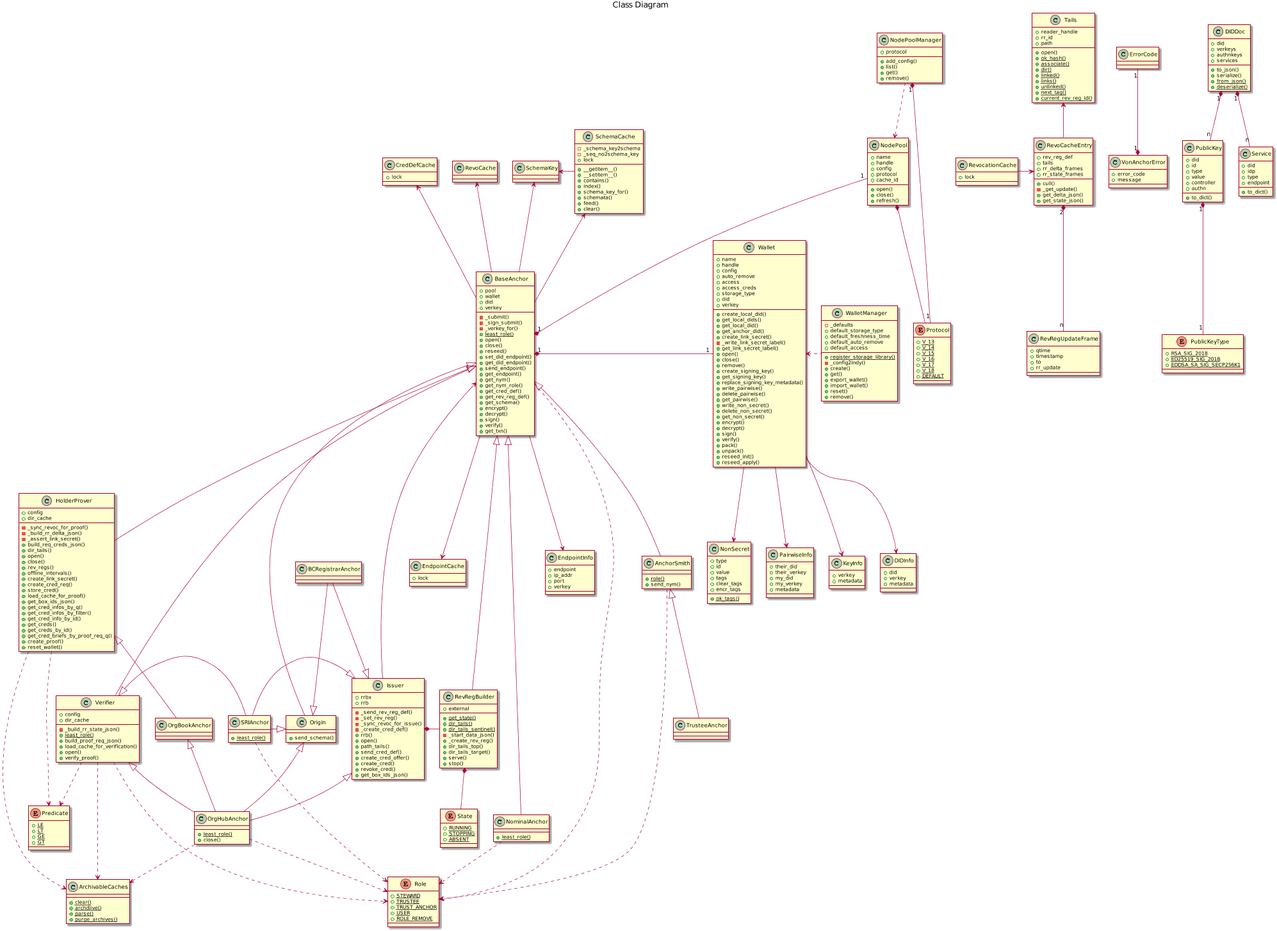
Above: docs/source/pic/class.png in PSPC-SPAC-buyandsell/von_anchor (PlantUML), before the change.
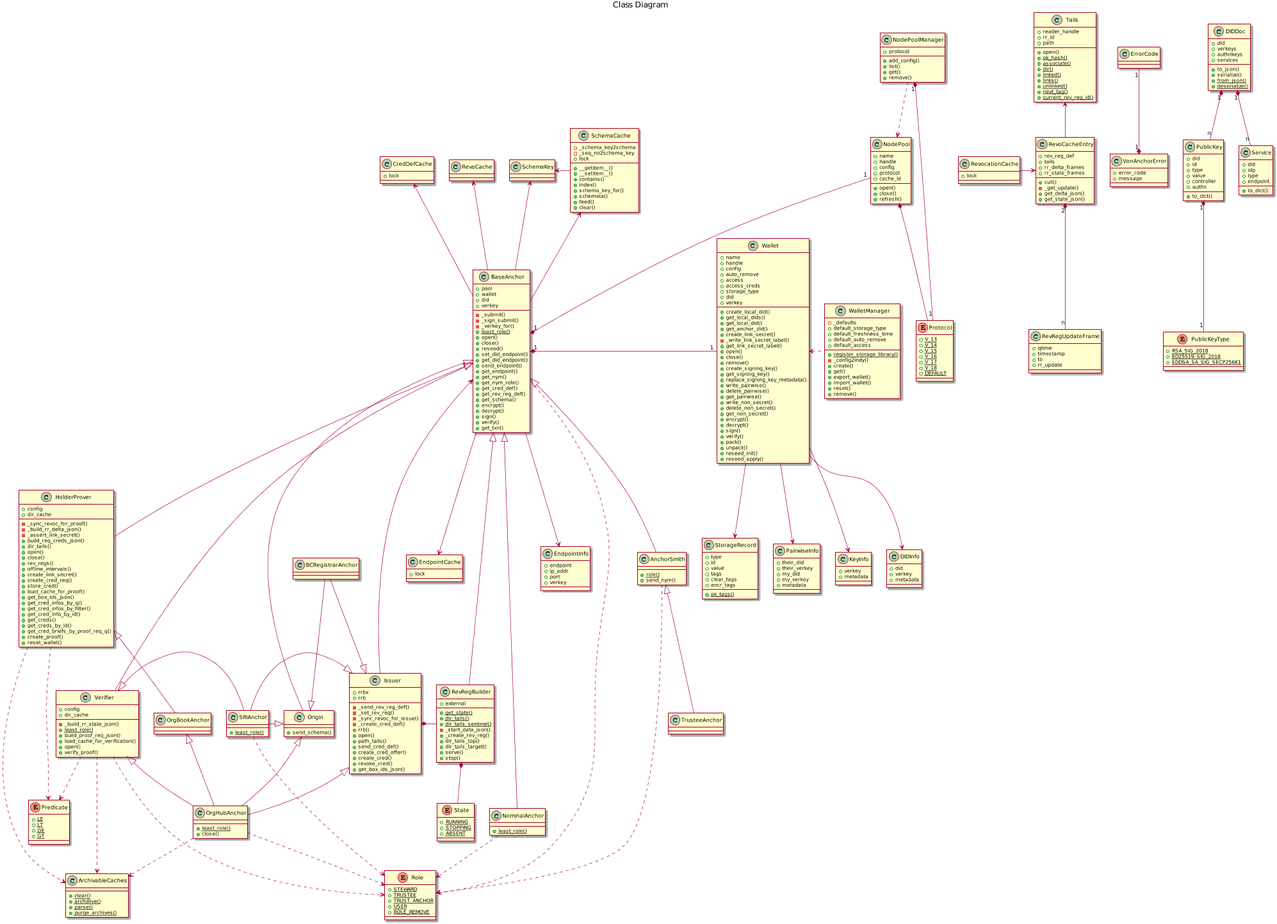
After the commit.

Commit message:
touch up StorageRecord, doc tweak

What changed in the source:
```diff
@@ -147,7 +147,7 @@
     +metadata
 }
 
-class NonSecret {
+class StorageRecord {
     {static} +ok_tags()
     +type
     +id
@@ -407,7 +407,7 @@
 Wallet --> KeyInfo
 Wallet --> DIDInfo
 Wallet --> PairwiseInfo
-Wallet --> NonSecret
+Wallet --> StorageRecord
 
 BaseAnchor --> EndpointInfo
 
```
